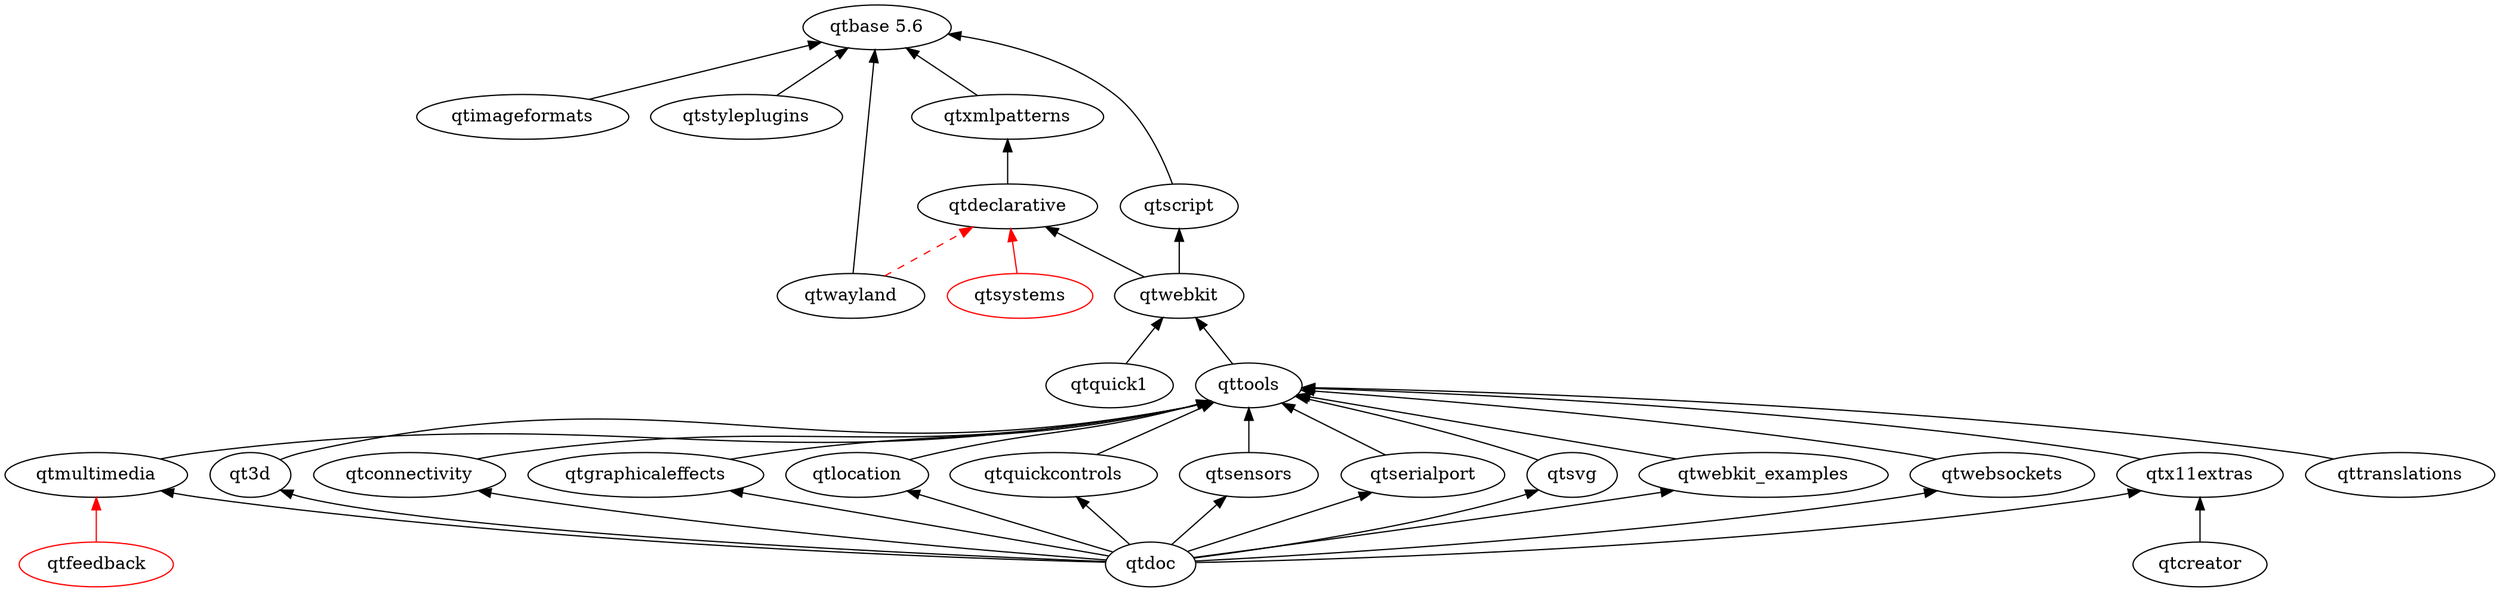
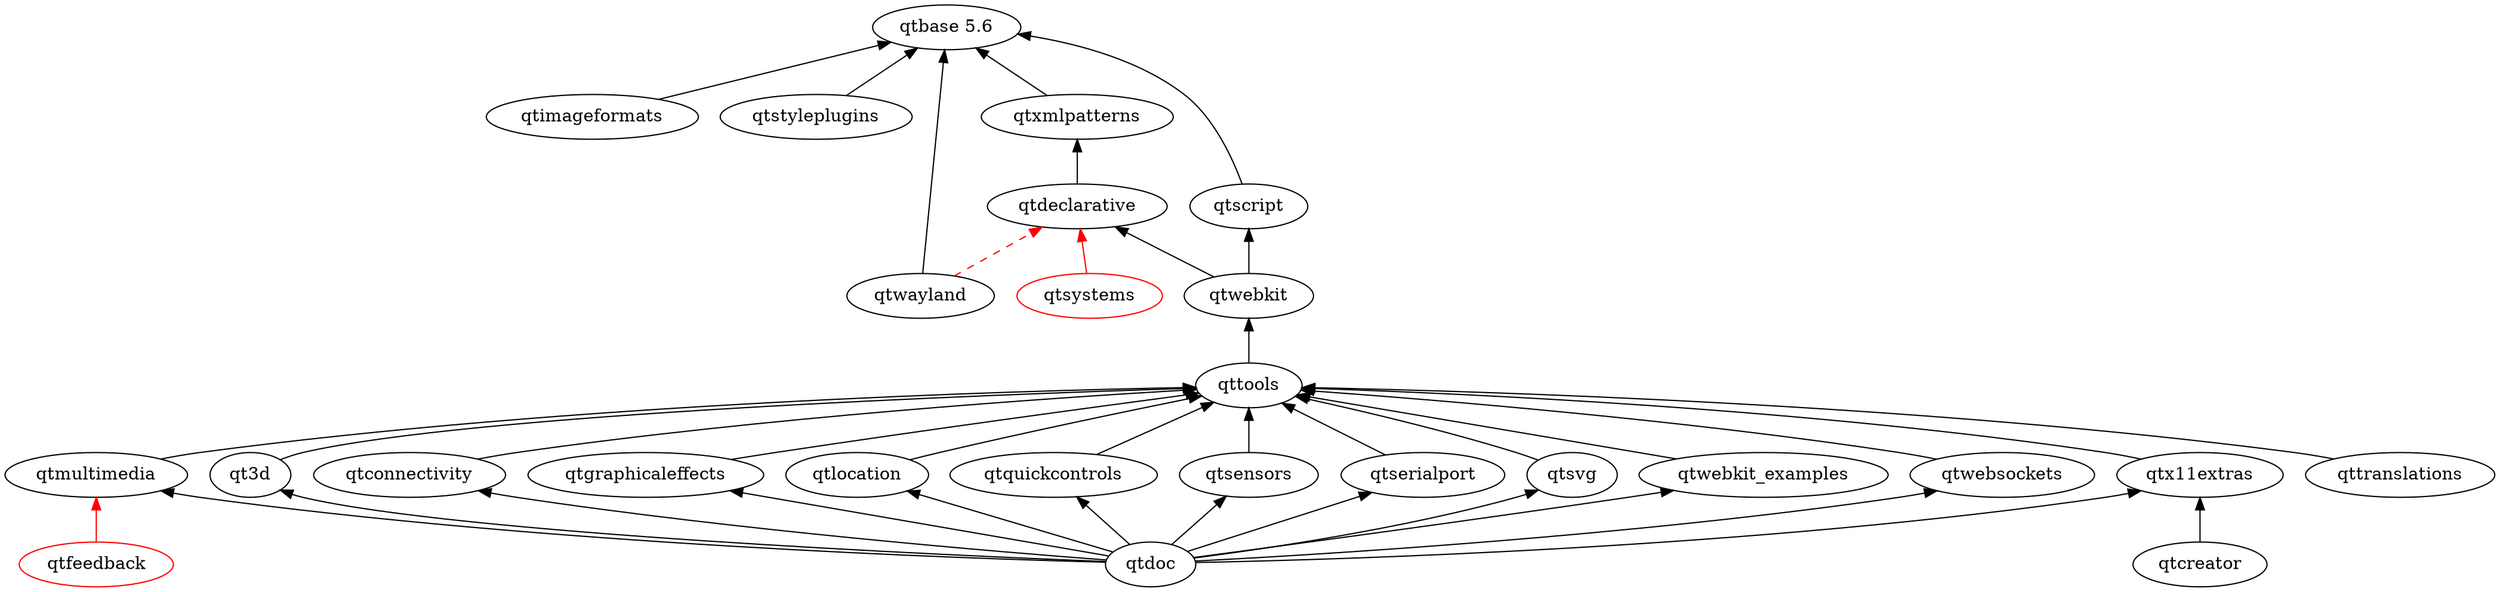
digraph qt5 {
  graph [
    rankdir = "BT"
  ]

  qt3d
  "qtbase 5.6"
  qtconnectivity
  qtcreator
  qtdeclarative
  qtdoc
  qtfeedback [ color = red ]
  qtgraphicaleffects
  qtimageformats
  qtlocation
  qtmultimedia
-   qtquick1
  qtquickcontrols
  qtscript
  qtsensors
  qtserialport
  qtstyleplugins
  qtsvg
  qtsystems [ color = red ]
  qttools
  qttranslations
  qtwayland
  qtwebkit
  qtwebkit_examples
  qtwebsockets
  qtx11extras
  qtxmlpatterns

  qt3d -> qttools
  qtconnectivity -> qttools
  qtcreator -> qtx11extras
  qtdeclarative -> qtxmlpatterns
  qtdoc -> qt3d
  qtdoc -> qtgraphicaleffects
  qtdoc -> qtmultimedia
  qtdoc -> qtlocation
  qtdoc -> qtquickcontrols
  qtdoc -> qtsensors
  qtdoc -> qtserialport
  qtdoc -> qtsvg
  qtdoc -> qtx11extras
  qtdoc -> qtwebkit_examples
  qtdoc -> qtwebsockets
  qtdoc -> qtconnectivity
  qtgraphicaleffects -> qttools
  qtimageformats -> "qtbase 5.6"
  qtmultimedia -> qttools
-   qtquick1 -> qtwebkit
  qtquickcontrols -> qttools
  qtsensors -> qttools
  qtserialport -> qttools
  qtscript -> "qtbase 5.6"
  qtstyleplugins -> "qtbase 5.6"
  qtsvg -> qttools
  qttools -> qtwebkit
  qttranslations -> qttools
  qtwayland -> "qtbase 5.6"
  qtwebkit -> qtscript
  qtwebkit -> qtdeclarative
  qtwebkit_examples -> qttools
  qtwebsockets -> qttools
  qtx11extras -> qttools
  qtxmlpatterns -> "qtbase 5.6"
  qtlocation -> qttools

  // unsure/not-uploaded
  qtfeedback -> qtmultimedia [ color = red ]
  qtsystems -> qtdeclarative [ color = red ]
  qtwayland -> qtdeclarative [ color = red style = dashed ]
}
